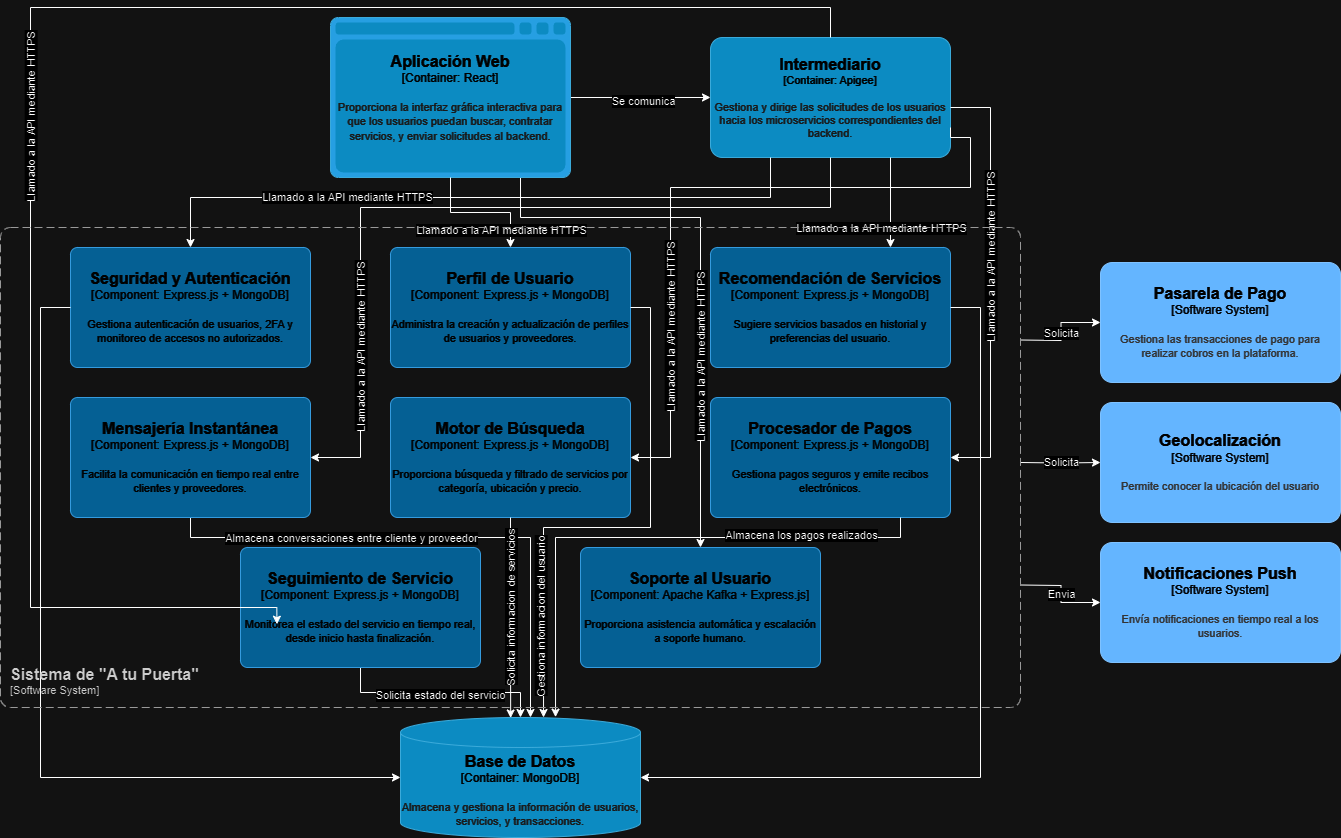
Above: 5/5.3/Diagrama.png in ulima-arqui242/arqui242-grupo7 (draw.io), before the change. Source tidied: cells renumbered, new cells last; positions are measured from the earlier drawing's top-left corner, leaving out a move shared by most shapes.
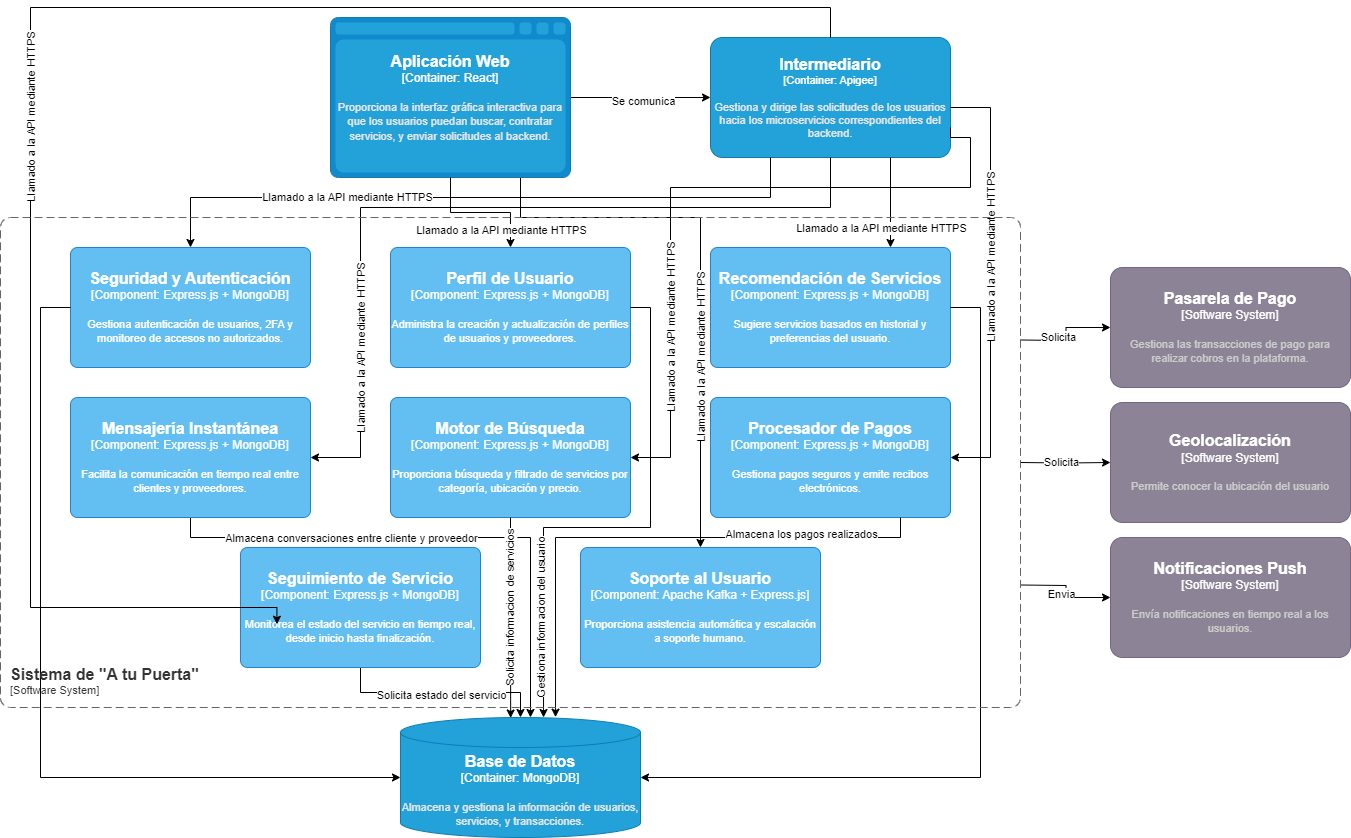
The same diagram one commit later.

Diff of the diagram source:
```diff
@@ -92,21 +92,6 @@
         <mxGeometry x="240" y="540" width="240" height="120" as="geometry" />
       </mxCell>
     </object>
-    <object id="20" label="&lt;font style=&quot;font-size: 16px&quot;&gt;&lt;b&gt;%c4Name%&lt;/b&gt;&lt;/font&gt;&lt;div&gt;[%c4Type%]&lt;/div&gt;&lt;br&gt;&lt;div&gt;&lt;font style=&quot;font-size: 11px&quot;&gt;&lt;font color=&quot;#cccccc&quot;&gt;%c4Description%&lt;/font&gt;&lt;/div&gt;" c4Description="Permite conocer la ubicación del usuario" c4Name="Geolocalización" c4Type="Software System" placeholders="1">
-      <mxCell style="rounded=1;whiteSpace=wrap;html=1;labelBackgroundColor=none;fillColor=#1061B0;fontColor=#ffffff;align=center;arcSize=10;strokeColor=#0D5091;points=[[0.25,0,0],[0.5,0,0],[0.75,0,0],[1,0.25,0],[1,0.5,0],[1,0.75,0],[0.75,1,0],[0.5,1,0],[0.25,1,0],[0,0.75,0],[0,0.5,0],[0,0.25,0]];" parent="1" vertex="1">
-        <mxGeometry x="1100" y="395" width="240" height="120" as="geometry" />
-      </mxCell>
-    </object>
-    <object id="21" label="&lt;font style=&quot;font-size: 16px&quot;&gt;&lt;b&gt;%c4Name%&lt;/b&gt;&lt;/font&gt;&lt;div&gt;[%c4Type%]&lt;/div&gt;&lt;br&gt;&lt;div&gt;&lt;font style=&quot;font-size: 11px&quot;&gt;&lt;font color=&quot;#cccccc&quot;&gt;%c4Description%&lt;/font&gt;&lt;/div&gt;" c4Description="Envía notificaciones en tiempo real a los usuarios." c4Name="Notificaciones Push" c4Type="Software System" placeholders="1">
-      <mxCell style="rounded=1;whiteSpace=wrap;html=1;labelBackgroundColor=none;fillColor=#1061B0;fontColor=#ffffff;align=center;arcSize=10;strokeColor=#0D5091;points=[[0.25,0,0],[0.5,0,0],[0.75,0,0],[1,0.25,0],[1,0.5,0],[1,0.75,0],[0.75,1,0],[0.5,1,0],[0.25,1,0],[0,0.75,0],[0,0.5,0],[0,0.25,0]];" parent="1" vertex="1">
-        <mxGeometry x="1100" y="535" width="240" height="120" as="geometry" />
-      </mxCell>
-    </object>
-    <object id="22" label="&lt;font style=&quot;font-size: 16px&quot;&gt;&lt;b&gt;%c4Name%&lt;/b&gt;&lt;/font&gt;&lt;div&gt;[%c4Type%]&lt;/div&gt;&lt;br&gt;&lt;div&gt;&lt;font style=&quot;font-size: 11px&quot;&gt;&lt;font color=&quot;#cccccc&quot;&gt;%c4Description%&lt;/font&gt;&lt;/div&gt;" c4Description="Gestiona las transacciones de pago para realizar cobros en la plataforma." c4Name="Pasarela de Pago" c4Type="Software System" placeholders="1">
-      <mxCell style="rounded=1;whiteSpace=wrap;html=1;labelBackgroundColor=none;fillColor=#1061B0;fontColor=#ffffff;align=center;arcSize=10;strokeColor=#0D5091;points=[[0.25,0,0],[0.5,0,0],[0.75,0,0],[1,0.25,0],[1,0.5,0],[1,0.75,0],[0.75,1,0],[0.5,1,0],[0.25,1,0],[0,0.75,0],[0,0.5,0],[0,0.25,0]];" parent="1" vertex="1">
-        <mxGeometry x="1100" y="255" width="240" height="120" as="geometry" />
-      </mxCell>
-    </object>
     <mxCell id="23" style="edgeStyle=orthogonalEdgeStyle;rounded=0;jettySize=auto;html=1;entryX=0.5;entryY=0;entryDx=0;entryDy=0;entryPerimeter=0;" parent="1" edge="1" source="5" target="9">
       <mxGeometry relative="1" as="geometry" />
     </mxCell>
@@ -230,12 +215,12 @@
         </Array>
       </mxGeometry>
     </mxCell>
-    <mxCell id="45" style="edgeStyle=orthogonalEdgeStyle;rounded=0;jettySize=auto;html=1;exitX=1;exitY=0.75;exitDx=0;exitDy=0;" parent="1" edge="1" target="21">
+    <mxCell id="45" style="edgeStyle=orthogonalEdgeStyle;rounded=0;jettySize=auto;html=1;exitX=1;exitY=0.75;exitDx=0;exitDy=0;" parent="1" edge="1" target="55">
       <mxGeometry relative="1" as="geometry">
         <mxPoint x="1020" y="577.5" as="sourcePoint" />
       </mxGeometry>
     </mxCell>
-    <mxCell id="46" style="edgeStyle=orthogonalEdgeStyle;rounded=0;jettySize=auto;html=1;" parent="1" edge="1" target="20">
+    <mxCell id="46" style="edgeStyle=orthogonalEdgeStyle;rounded=0;jettySize=auto;html=1;entryX=0;entryY=0.5;entryDx=0;entryDy=0;entryPerimeter=0;" parent="1" edge="1" target="54">
       <mxGeometry relative="1" as="geometry">
         <mxPoint x="1020" y="455" as="sourcePoint" />
       </mxGeometry>
@@ -243,7 +228,7 @@
     <mxCell id="47" value="Llamado a la API mediante HTTPS" style="edgeLabel;html=1;align=center;verticalAlign=middle;rotation=-90;" parent="1" vertex="1">
       <mxGeometry x="30" y="110" as="geometry" />
     </mxCell>
-    <mxCell id="48" style="edgeStyle=orthogonalEdgeStyle;rounded=0;jettySize=auto;html=1;exitX=1;exitY=0.25;exitDx=0;exitDy=0;entryX=0;entryY=0.5;entryDx=0;entryDy=0;entryPerimeter=0;" parent="1" edge="1" target="22">
+    <mxCell id="48" style="edgeStyle=orthogonalEdgeStyle;rounded=0;jettySize=auto;html=1;exitX=1;exitY=0.25;exitDx=0;exitDy=0;" parent="1" edge="1" target="53">
       <mxGeometry relative="1" as="geometry">
         <mxPoint x="1020" y="332.5" as="sourcePoint" />
       </mxGeometry>
@@ -255,7 +240,7 @@
     </mxCell>
     <object id="50" label="&lt;font style=&quot;font-size: 16px&quot;&gt;&lt;b&gt;&lt;div style=&quot;text-align: left&quot;&gt;%c4Name%&lt;/div&gt;&lt;/b&gt;&lt;/font&gt;&lt;div style=&quot;text-align: left&quot;&gt;[%c4Application%]&lt;/div&gt;" c4Application="Software System" c4Name="Sistema de &quot;A tu Puerta&quot;" c4Type="SystemScopeBoundary" placeholders="1">
       <mxCell style="rounded=1;fontSize=11;whiteSpace=wrap;html=1;dashed=1;arcSize=20;fillColor=none;strokeColor=#666666;fontColor=#333333;labelBackgroundColor=none;align=left;verticalAlign=bottom;labelBorderColor=none;spacingTop=0;spacing=10;dashPattern=8 4;perimeter=rectanglePerimeter;noLabel=0;labelPadding=0;absoluteArcSize=1;" parent="1" vertex="1">
-        <mxGeometry y="220" width="1020" height="480" as="geometry" />
+        <mxGeometry y="210" width="1020" height="490" as="geometry" />
       </mxCell>
     </object>
     <mxCell id="51" value="Solicita" style="edgeLabel;html=1;align=center;verticalAlign=middle;" parent="1" vertex="1">
@@ -268,5 +253,20 @@
         <mxPoint y="-1" as="offset" />
       </mxGeometry>
     </mxCell>
+    <object id="53" label="&lt;font style=&quot;font-size: 16px&quot;&gt;&lt;b&gt;%c4Name%&lt;/b&gt;&lt;/font&gt;&lt;div&gt;[%c4Type%]&lt;/div&gt;&lt;br&gt;&lt;div&gt;&lt;font style=&quot;font-size: 11px&quot;&gt;&lt;font color=&quot;#cccccc&quot;&gt;%c4Description%&lt;/font&gt;&lt;/div&gt;" c4Description="Gestiona las transacciones de pago para realizar cobros en la plataforma." c4Name="Pasarela de Pago" c4Type="Software System" placeholders="1">
+      <mxCell style="rounded=1;whiteSpace=wrap;html=1;labelBackgroundColor=none;fillColor=#8C8496;fontColor=#ffffff;align=center;arcSize=10;strokeColor=#736782;points=[[0.25,0,0],[0.5,0,0],[0.75,0,0],[1,0.25,0],[1,0.5,0],[1,0.75,0],[0.75,1,0],[0.5,1,0],[0.25,1,0],[0,0.75,0],[0,0.5,0],[0,0.25,0]];" parent="1" vertex="1">
+        <mxGeometry x="1110" y="260" width="240" height="120" as="geometry" />
+      </mxCell>
+    </object>
+    <object id="54" label="&lt;font style=&quot;font-size: 16px&quot;&gt;&lt;b&gt;%c4Name%&lt;/b&gt;&lt;/font&gt;&lt;div&gt;[%c4Type%]&lt;/div&gt;&lt;br&gt;&lt;div&gt;&lt;font style=&quot;font-size: 11px&quot;&gt;&lt;font color=&quot;#cccccc&quot;&gt;%c4Description%&lt;/font&gt;&lt;/div&gt;" c4Description="Permite conocer la ubicación del usuario" c4Name="Geolocalización" c4Type="Software System" placeholders="1">
+      <mxCell style="rounded=1;whiteSpace=wrap;html=1;labelBackgroundColor=none;fillColor=#8C8496;fontColor=#ffffff;align=center;arcSize=10;strokeColor=#736782;points=[[0.25,0,0],[0.5,0,0],[0.75,0,0],[1,0.25,0],[1,0.5,0],[1,0.75,0],[0.75,1,0],[0.5,1,0],[0.25,1,0],[0,0.75,0],[0,0.5,0],[0,0.25,0]];" parent="1" vertex="1">
+        <mxGeometry x="1110" y="395" width="240" height="120" as="geometry" />
+      </mxCell>
+    </object>
+    <object id="55" label="&lt;font style=&quot;font-size: 16px&quot;&gt;&lt;b&gt;%c4Name%&lt;/b&gt;&lt;/font&gt;&lt;div&gt;[%c4Type%]&lt;/div&gt;&lt;br&gt;&lt;div&gt;&lt;font style=&quot;font-size: 11px&quot;&gt;&lt;font color=&quot;#cccccc&quot;&gt;%c4Description%&lt;/font&gt;&lt;/div&gt;" c4Description="Envía notificaciones en tiempo real a los usuarios." c4Name="Notificaciones Push" c4Type="Software System" placeholders="1">
+      <mxCell style="rounded=1;whiteSpace=wrap;html=1;labelBackgroundColor=none;fillColor=#8C8496;fontColor=#ffffff;align=center;arcSize=10;strokeColor=#736782;points=[[0.25,0,0],[0.5,0,0],[0.75,0,0],[1,0.25,0],[1,0.5,0],[1,0.75,0],[0.75,1,0],[0.5,1,0],[0.25,1,0],[0,0.75,0],[0,0.5,0],[0,0.25,0]];" parent="1" vertex="1">
+        <mxGeometry x="1110" y="530" width="240" height="120" as="geometry" />
+      </mxCell>
+    </object>
   </root>
 </mxGraphModel>
```
